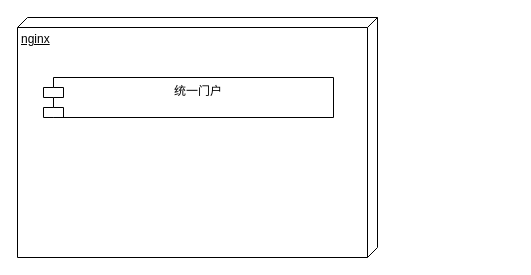
Before: Untitled Diagram.drawio in mraiguo/blog, a draw.io diagram. Source tidied: cells renumbered, new cells numbered last; positions are measured from the earlier drawing's top-left corner, leaving out a move shared by most shapes. Both pictures are drawn from the tidied source at 100%, with x=0, y=0 at pixel (17, 17).
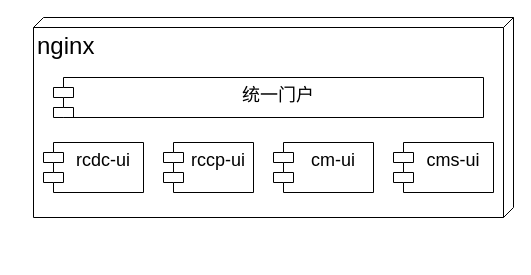
The same page after the edit.

Change to the diagram source:
```diff
@@
 <mxGraphModel>
   <root>
     <mxCell id="0" />
     <mxCell id="1" parent="0" />
-    <mxCell id="2" value="nginx" style="verticalAlign=top;align=left;spacingTop=8;spacingLeft=2;spacingRight=12;shape=cube;size=10;direction=south;fontStyle=4;html=1;" parent="1" vertex="1">
-      <mxGeometry width="360" height="240" as="geometry" />
+    <mxCell id="2" value="&lt;font style=&quot;font-size: 24px&quot;&gt;nginx&lt;/font&gt;" style="verticalAlign=top;align=left;spacingTop=8;spacingLeft=2;spacingRight=12;shape=cube;size=10;direction=south;fontStyle=0;html=1;" parent="1" vertex="1">
+      <mxGeometry x="16" width="480" height="200" as="geometry" />
     </mxCell>
-    <mxCell id="3" value="统一门户" style="shape=module;align=left;spacingLeft=20;align=center;verticalAlign=top;" parent="1" vertex="1">
-      <mxGeometry x="26" y="60" width="290" height="40" as="geometry" />
+    <mxCell id="3" value="统一门户" style="shape=module;align=left;spacingLeft=20;align=center;verticalAlign=top;fontSize=18;" parent="1" vertex="1">
+      <mxGeometry x="36" y="60" width="430" height="40" as="geometry" />
     </mxCell>
+    <mxCell id="4" value="rcdc-ui" style="shape=module;align=left;spacingLeft=20;align=center;verticalAlign=top;fontSize=18;" parent="1" vertex="1">
+      <mxGeometry x="26" y="125" width="100" height="50" as="geometry" />
+    </mxCell>
+    <mxCell id="5" value="rccp-ui" style="shape=module;align=left;spacingLeft=20;align=center;verticalAlign=top;fontSize=18;" parent="1" vertex="1">
+      <mxGeometry x="146" y="125" width="90" height="50" as="geometry" />
+    </mxCell>
+    <mxCell id="6" value="cm-ui" style="shape=module;align=left;spacingLeft=20;align=center;verticalAlign=top;fontSize=18;" parent="1" vertex="1">
+      <mxGeometry x="256" y="125" width="100" height="50" as="geometry" />
+    </mxCell>
+    <mxCell id="7" value="cms-ui" style="shape=module;align=left;spacingLeft=20;align=center;verticalAlign=top;fontSize=18;" parent="1" vertex="1">
+      <mxGeometry x="376" y="125" width="100" height="50" as="geometry" />
+    </mxCell>
   </root>
 </mxGraphModel>
```
